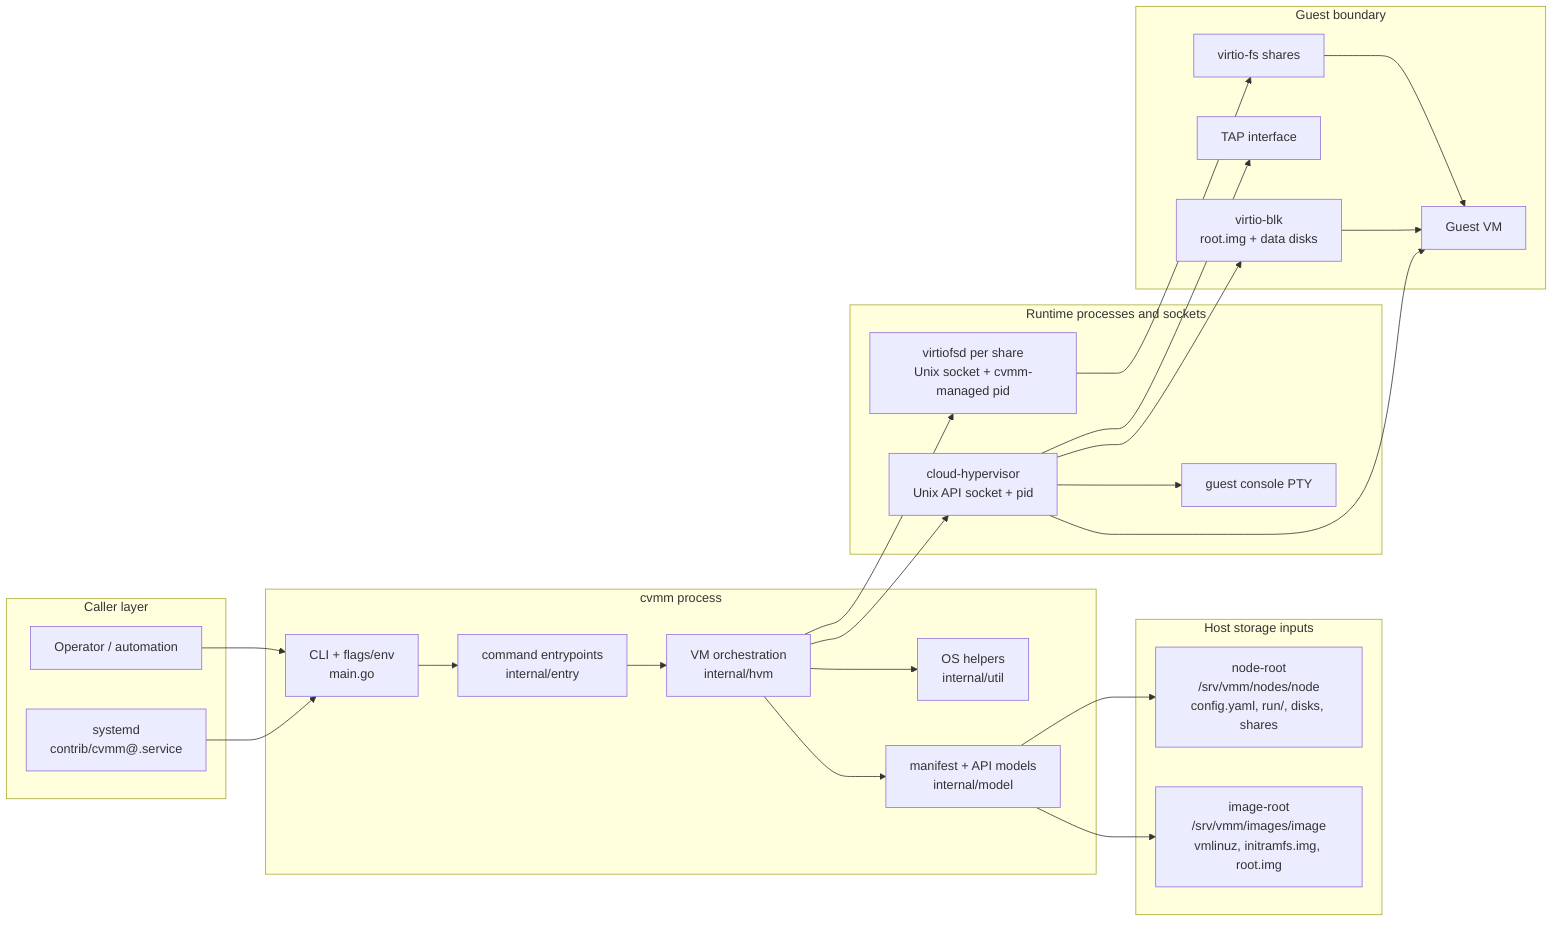
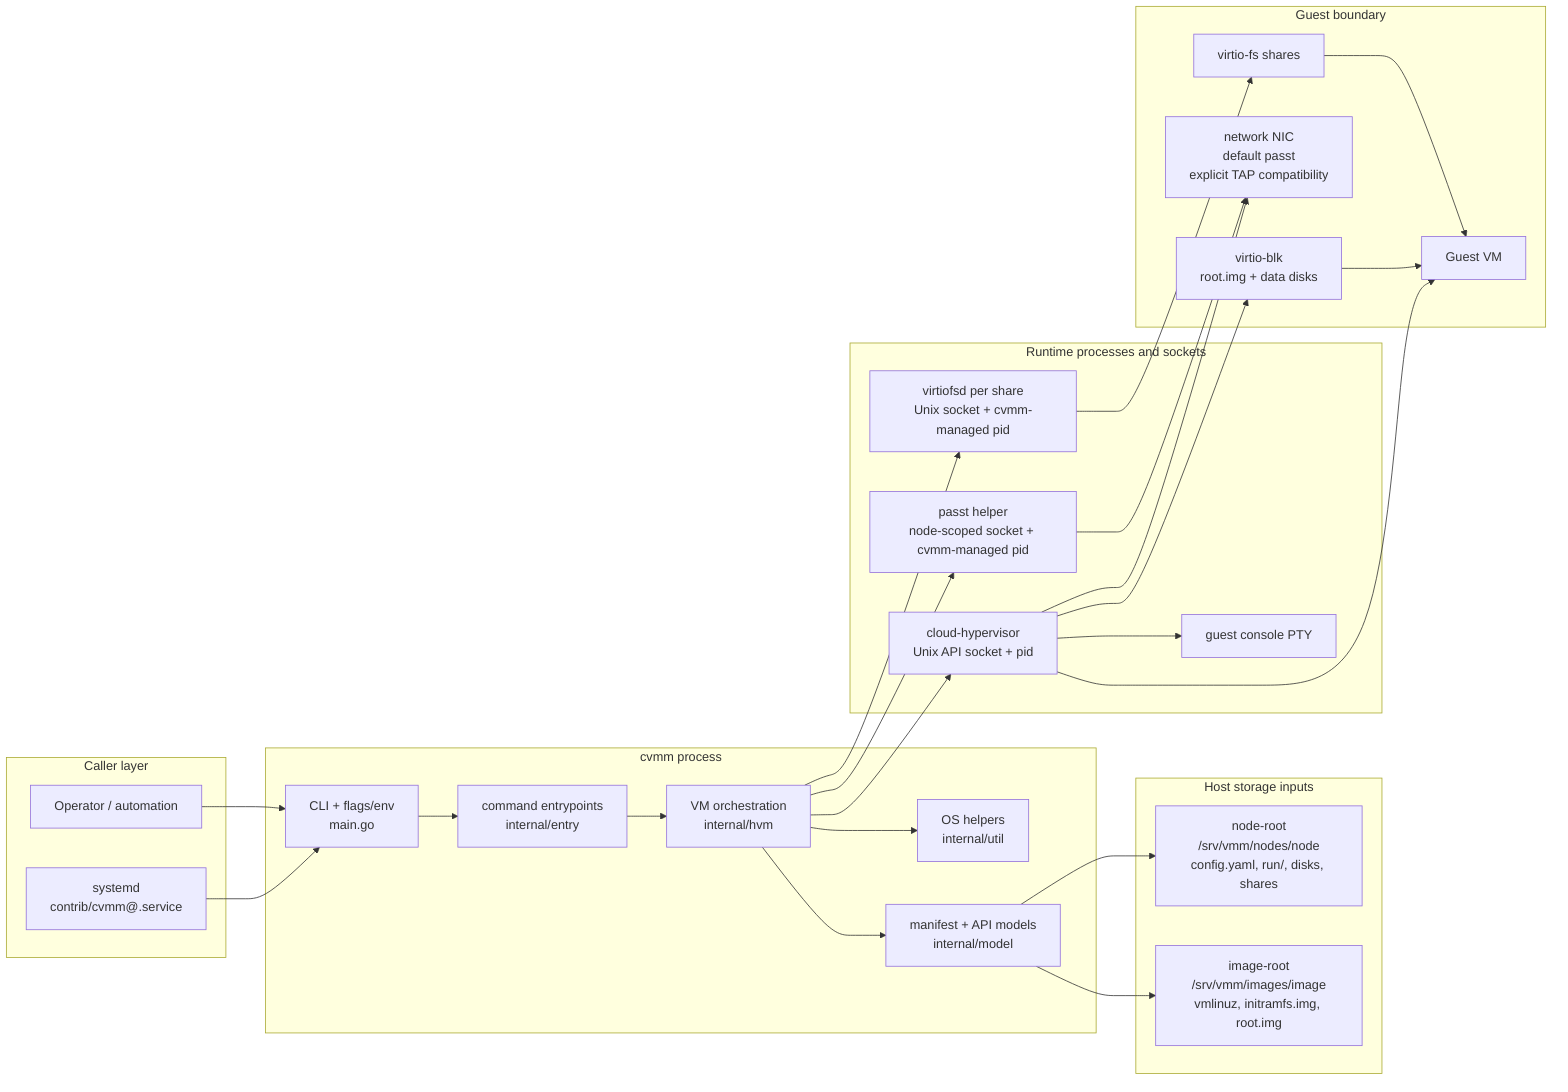
flowchart LR
    subgraph caller["Caller layer"]
        operator["Operator / automation"]
        systemd["systemd\ncontrib/cvmm@.service"]
    end

    subgraph cvmmBox["cvmm process"]
        cli["CLI + flags/env\nmain.go"]
        entry["command entrypoints\ninternal/entry"]
        hvm["VM orchestration\ninternal/hvm"]
        model["manifest + API models\ninternal/model"]
        util["OS helpers\ninternal/util"]
    end

    subgraph storage["Host storage inputs"]
        images["image-root\n/srv/vmm/images/image\nvmlinuz, initramfs.img, root.img"]
        nodes["node-root\n/srv/vmm/nodes/node\nconfig.yaml, run/, disks, shares"]
    end

    subgraph runtime["Runtime processes and sockets"]
        ch["cloud-hypervisor\nUnix API socket + pid"]
+         passt["passt helper\nnode-scoped socket + cvmm-managed pid"]
        vfs["virtiofsd per share\nUnix socket + cvmm-managed pid"]
        pty["guest console PTY"]
    end

    subgraph guestBox["Guest boundary"]
        guest["Guest VM"]
        blk["virtio-blk\nroot.img + data disks"]
        fs["virtio-fs shares"]
-         net["TAP interface"]
+         net["network NIC\ndefault passt\nexplicit TAP compatibility"]
    end

    operator --> cli
    systemd --> cli
    cli --> entry --> hvm
    hvm --> model
    hvm --> util
    model --> images
    model --> nodes
    hvm --> ch
+     hvm --> passt
    hvm --> vfs
    ch --> guest
    ch --> pty
    ch --> blk --> guest
    vfs --> fs --> guest
    ch --> net
+     passt --> net
